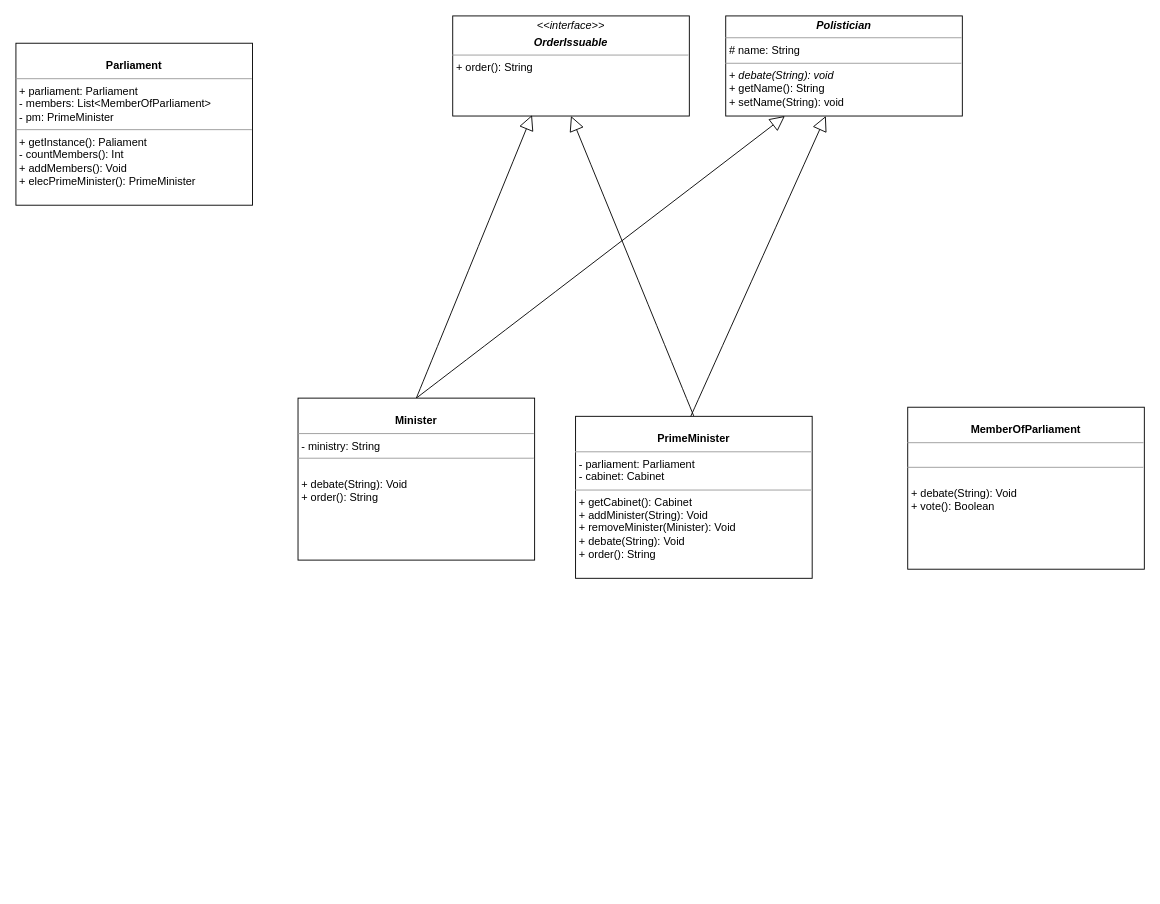
The draw.io diagram midterm.drawio in astrrr/SAD2021sem1, before the edit. Source tidied: cells renumbered, new cells numbered last; positions are measured from the earlier drawing's top-left corner, leaving out a move shared by most shapes. Both pictures are drawn from the tidied source at 91%, with x=0, y=0 at pixel (15, 15).
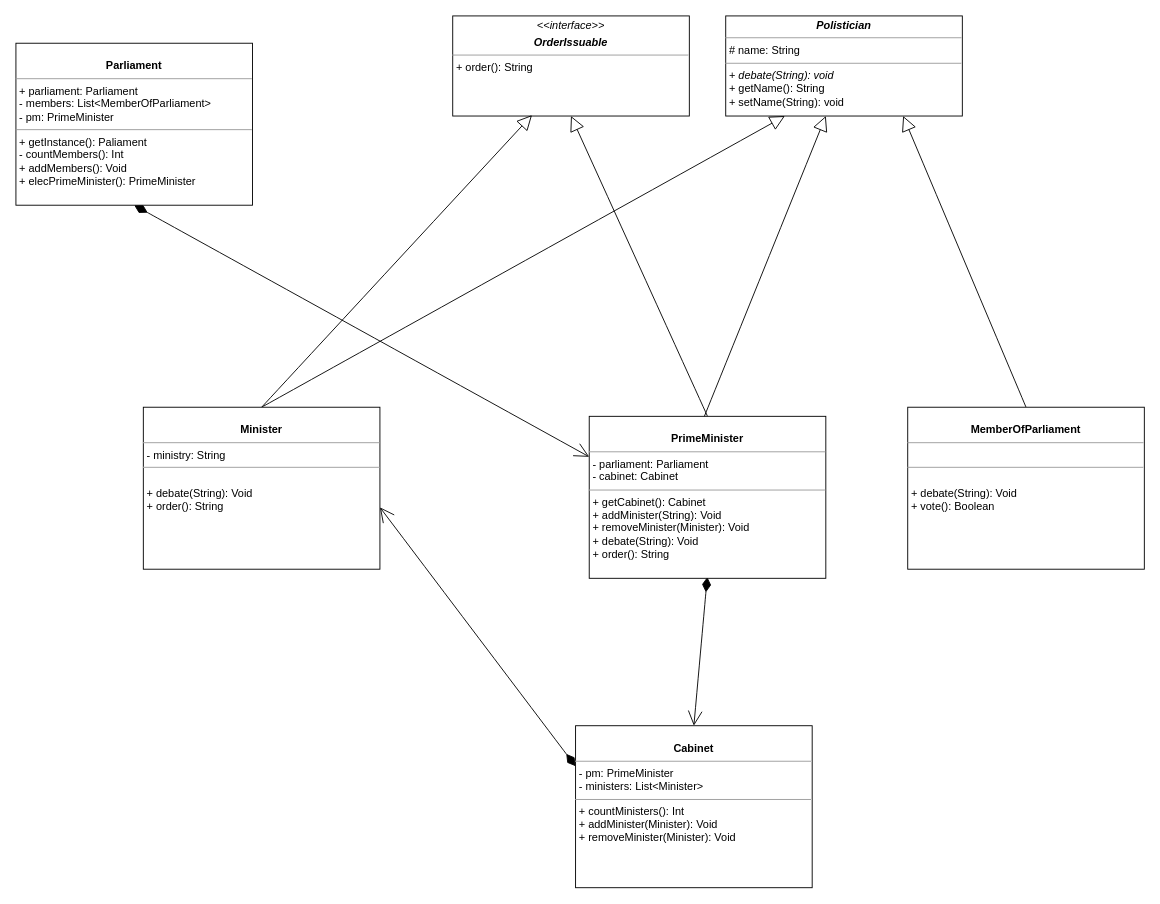
The same page after the edit.

Diff of the diagram source:
```diff
@@
 <mxGraphModel>
   <root>
     <mxCell id="0" />
     <mxCell id="1" parent="0" />
+    <mxCell id="12" style="edgeStyle=none;curved=1;rounded=0;jettySize=auto;html=1;exitX=0.5;exitY=1;exitDx=0;exitDy=0;entryX=0;entryY=0.25;entryDx=0;entryDy=0;startArrow=diamondThin;startFill=1;endArrow=open;endFill=0;startSize=14;endSize=14;sourcePerimeterSpacing=8;targetPerimeterSpacing=8;" parent="1" edge="1" source="2" target="5">
+      <mxGeometry relative="1" as="geometry" />
+    </mxCell>
     <mxCell id="2" value="&lt;p style=&quot;margin: 0px ; margin-top: 4px ; text-align: center&quot;&gt;&lt;br&gt;&lt;b&gt;Parliament&lt;/b&gt;&lt;/p&gt;&lt;hr size=&quot;1&quot;&gt;&lt;p style=&quot;margin: 0px ; margin-left: 4px&quot;&gt;+ parliament: Parliament&lt;br&gt;- members: List&amp;lt;MemberOfParliament&amp;gt;&lt;/p&gt;&lt;p style=&quot;margin: 0px ; margin-left: 4px&quot;&gt;- pm: PrimeMinister&lt;/p&gt;&lt;hr size=&quot;1&quot;&gt;&lt;p style=&quot;margin: 0px ; margin-left: 4px&quot;&gt;+ getInstance(): Paliament&lt;/p&gt;&lt;p style=&quot;margin: 0px ; margin-left: 4px&quot;&gt;- countMembers(): Int&lt;br&gt;+ addMembers(): Void&lt;/p&gt;&lt;p style=&quot;margin: 0px ; margin-left: 4px&quot;&gt;+ elecPrimeMinister(): PrimeMinister&lt;/p&gt;" style="verticalAlign=top;align=left;overflow=fill;fontSize=12;fontFamily=Helvetica;html=1;rounded=0;shadow=0;comic=0;labelBackgroundColor=none;strokeWidth=1;" parent="1" vertex="1">
       <mxGeometry y="30" width="260" height="178" as="geometry" />
     </mxCell>
     <mxCell id="3" style="edgeStyle=none;curved=1;rounded=0;jettySize=auto;html=1;entryX=0.423;entryY=1;entryDx=0;entryDy=0;entryPerimeter=0;endArrow=block;endFill=0;startSize=14;endSize=14;sourcePerimeterSpacing=8;targetPerimeterSpacing=8;exitX=0.485;exitY=0.006;exitDx=0;exitDy=0;exitPerimeter=0;" parent="1" edge="1" source="5" target="6">
       <mxGeometry relative="1" as="geometry" />
     </mxCell>
     <mxCell id="4" style="edgeStyle=none;curved=1;rounded=0;jettySize=auto;html=1;entryX=0.5;entryY=1;entryDx=0;entryDy=0;endArrow=block;endFill=0;startSize=14;endSize=14;sourcePerimeterSpacing=8;targetPerimeterSpacing=8;exitX=0.5;exitY=0;exitDx=0;exitDy=0;" parent="1" edge="1" source="5" target="7">
       <mxGeometry relative="1" as="geometry" />
     </mxCell>
+    <mxCell id="13" style="edgeStyle=none;curved=1;rounded=0;jettySize=auto;html=1;entryX=0.5;entryY=0;entryDx=0;entryDy=0;endArrow=open;endFill=0;startSize=14;endSize=14;sourcePerimeterSpacing=8;targetPerimeterSpacing=8;startArrow=diamondThin;startFill=1;exitX=0.499;exitY=0.992;exitDx=0;exitDy=0;exitPerimeter=0;" parent="1" edge="1" source="5" target="16">
+      <mxGeometry relative="1" as="geometry" />
+    </mxCell>
     <mxCell id="5" value="&lt;p style=&quot;margin: 0px ; margin-top: 4px ; text-align: center&quot;&gt;&lt;br&gt;&lt;b&gt;PrimeMinister&lt;/b&gt;&lt;/p&gt;&lt;hr size=&quot;1&quot;&gt;&lt;p style=&quot;margin: 0px ; margin-left: 4px&quot;&gt;- parliament: Parliament&lt;/p&gt;&lt;p style=&quot;margin: 0px ; margin-left: 4px&quot;&gt;- cabinet: Cabinet&lt;/p&gt;&lt;hr size=&quot;1&quot;&gt;&lt;p style=&quot;margin: 0px ; margin-left: 4px&quot;&gt;+&amp;nbsp;getCabinet():&amp;nbsp;Cabinet&lt;br&gt;&lt;/p&gt;&lt;p style=&quot;margin: 0px ; margin-left: 4px&quot;&gt;+&amp;nbsp;addMinister(String): Void&lt;/p&gt;&lt;p style=&quot;margin: 0px ; margin-left: 4px&quot;&gt;+ removeMinister(Minister): Void&lt;/p&gt;&lt;p style=&quot;margin: 0px ; margin-left: 4px&quot;&gt;+&amp;nbsp;debate(String): Void&lt;/p&gt;&lt;p style=&quot;margin: 0px ; margin-left: 4px&quot;&gt;+&amp;nbsp;order(): String&lt;/p&gt;" style="verticalAlign=top;align=left;overflow=fill;fontSize=12;fontFamily=Helvetica;html=1;rounded=0;shadow=0;comic=0;labelBackgroundColor=none;strokeWidth=1;" parent="1" vertex="1">
-      <mxGeometry x="615" y="440" width="260" height="178" as="geometry" />
+      <mxGeometry x="630" y="440" width="260" height="178" as="geometry" />
     </mxCell>
     <mxCell id="6" value="&lt;p style=&quot;margin: 0px ; margin-top: 4px ; text-align: center&quot;&gt;&lt;b&gt;&lt;i&gt;Polistician&lt;/i&gt;&lt;/b&gt;&lt;/p&gt;&lt;hr size=&quot;1&quot;&gt;&lt;p style=&quot;margin: 0px ; margin-left: 4px&quot;&gt;# name: String&lt;/p&gt;&lt;hr size=&quot;1&quot;&gt;&lt;p style=&quot;margin: 0px ; margin-left: 4px&quot;&gt;+ &lt;i&gt;debate(String): void&lt;/i&gt;&lt;br&gt;&lt;/p&gt;&lt;p style=&quot;margin: 0px ; margin-left: 4px&quot;&gt;+ getName(): String&lt;/p&gt;&lt;p style=&quot;margin: 0px ; margin-left: 4px&quot;&gt;+&amp;nbsp;setName(String): void&lt;/p&gt;" style="verticalAlign=top;align=left;overflow=fill;fontSize=12;fontFamily=Helvetica;html=1;rounded=0;shadow=0;comic=0;labelBackgroundColor=none;strokeWidth=1;" parent="1" vertex="1">
       <mxGeometry x="780" width="260" height="110" as="geometry" />
     </mxCell>
     <mxCell id="7" value="&lt;p style=&quot;margin: 0px ; margin-top: 4px ; text-align: center&quot;&gt;&lt;i&gt;&amp;lt;&amp;lt;interface&amp;gt;&amp;gt;&lt;/i&gt;&lt;/p&gt;&lt;p style=&quot;margin: 0px ; margin-top: 4px ; text-align: center&quot;&gt;&lt;b&gt;&lt;i&gt;OrderIssuable&lt;/i&gt;&lt;/b&gt;&lt;/p&gt;&lt;hr size=&quot;1&quot;&gt;&lt;p style=&quot;margin: 0px ; margin-left: 4px&quot;&gt;&lt;/p&gt;&lt;p style=&quot;margin: 0px ; margin-left: 4px&quot;&gt;+ order(): String&lt;/p&gt;" style="verticalAlign=top;align=left;overflow=fill;fontSize=12;fontFamily=Helvetica;html=1;rounded=0;shadow=0;comic=0;labelBackgroundColor=none;strokeWidth=1;" parent="1" vertex="1">
       <mxGeometry x="480" width="260" height="110" as="geometry" />
     </mxCell>
     <mxCell id="8" style="edgeStyle=none;curved=1;rounded=0;jettySize=auto;html=1;entryX=0.25;entryY=1;entryDx=0;entryDy=0;endArrow=block;endFill=0;startSize=14;endSize=14;sourcePerimeterSpacing=8;targetPerimeterSpacing=8;exitX=0.5;exitY=0;exitDx=0;exitDy=0;" parent="1" edge="1" source="10" target="6">
       <mxGeometry relative="1" as="geometry" />
     </mxCell>
     <mxCell id="9" style="edgeStyle=none;curved=1;rounded=0;jettySize=auto;html=1;exitX=0.5;exitY=0;exitDx=0;exitDy=0;entryX=0.335;entryY=0.991;entryDx=0;entryDy=0;entryPerimeter=0;endArrow=block;endFill=0;startSize=14;endSize=14;sourcePerimeterSpacing=8;targetPerimeterSpacing=8;" parent="1" edge="1" source="10" target="7">
       <mxGeometry relative="1" as="geometry" />
     </mxCell>
     <mxCell id="10" value="&lt;p style=&quot;margin: 0px ; margin-top: 4px ; text-align: center&quot;&gt;&lt;br&gt;&lt;b&gt;Minister&lt;/b&gt;&lt;br&gt;&lt;/p&gt;&lt;hr size=&quot;1&quot;&gt;&lt;p style=&quot;margin: 0px ; margin-left: 4px&quot;&gt;-&amp;nbsp;ministry: String&lt;/p&gt;&lt;hr size=&quot;1&quot;&gt;&lt;p style=&quot;margin: 0px ; margin-left: 4px&quot;&gt;&lt;br&gt;&lt;/p&gt;&lt;p style=&quot;margin: 0px ; margin-left: 4px&quot;&gt;+&amp;nbsp;debate(String): Void&lt;/p&gt;&lt;p style=&quot;margin: 0px ; margin-left: 4px&quot;&gt;+&amp;nbsp;order(): String&lt;/p&gt;" style="verticalAlign=top;align=left;overflow=fill;fontSize=12;fontFamily=Helvetica;html=1;rounded=0;shadow=0;comic=0;labelBackgroundColor=none;strokeWidth=1;" parent="1" vertex="1">
-      <mxGeometry x="310" y="420" width="260" height="178" as="geometry" />
+      <mxGeometry x="140" y="430" width="260" height="178" as="geometry" />
     </mxCell>
+    <mxCell id="14" style="edgeStyle=none;curved=1;rounded=0;jettySize=auto;html=1;entryX=0.75;entryY=1;entryDx=0;entryDy=0;endArrow=block;endFill=0;startSize=14;endSize=14;sourcePerimeterSpacing=8;targetPerimeterSpacing=8;exitX=0.5;exitY=0;exitDx=0;exitDy=0;" parent="1" edge="1" source="11" target="6">
+      <mxGeometry relative="1" as="geometry" />
+    </mxCell>
     <mxCell id="11" value="&lt;p style=&quot;margin: 0px ; margin-top: 4px ; text-align: center&quot;&gt;&lt;br&gt;&lt;b&gt;MemberOfParliament&lt;/b&gt;&lt;br&gt;&lt;/p&gt;&lt;hr size=&quot;1&quot;&gt;&lt;p style=&quot;margin: 0px ; margin-left: 4px&quot;&gt;&lt;br&gt;&lt;/p&gt;&lt;hr size=&quot;1&quot;&gt;&lt;p style=&quot;margin: 0px ; margin-left: 4px&quot;&gt;&lt;br&gt;&lt;/p&gt;&lt;p style=&quot;margin: 0px ; margin-left: 4px&quot;&gt;+&amp;nbsp;debate(String): Void&lt;/p&gt;&lt;p style=&quot;margin: 0px ; margin-left: 4px&quot;&gt;+ vote(): Boolean&amp;nbsp;&lt;/p&gt;" style="verticalAlign=top;align=left;overflow=fill;fontSize=12;fontFamily=Helvetica;html=1;rounded=0;shadow=0;comic=0;labelBackgroundColor=none;strokeWidth=1;" parent="1" vertex="1">
       <mxGeometry x="980" y="430" width="260" height="178" as="geometry" />
     </mxCell>
+    <mxCell id="15" style="edgeStyle=none;curved=1;rounded=0;jettySize=auto;html=1;exitX=0;exitY=0.25;exitDx=0;exitDy=0;entryX=1;entryY=0.618;entryDx=0;entryDy=0;entryPerimeter=0;startArrow=diamondThin;startFill=1;endArrow=open;endFill=0;startSize=14;endSize=14;sourcePerimeterSpacing=8;targetPerimeterSpacing=8;" parent="1" edge="1" source="16" target="10">
+      <mxGeometry relative="1" as="geometry" />
+    </mxCell>
+    <mxCell id="16" value="&lt;p style=&quot;margin: 0px ; margin-top: 4px ; text-align: center&quot;&gt;&lt;br&gt;&lt;b&gt;Cabinet&lt;/b&gt;&lt;br&gt;&lt;/p&gt;&lt;hr size=&quot;1&quot;&gt;&lt;p style=&quot;margin: 0px ; margin-left: 4px&quot;&gt;-&amp;nbsp;pm:&amp;nbsp;PrimeMinister&lt;/p&gt;&lt;p style=&quot;margin: 0px ; margin-left: 4px&quot;&gt;-&amp;nbsp;ministers:&amp;nbsp;List&amp;lt;Minister&amp;gt;&lt;/p&gt;&lt;hr size=&quot;1&quot;&gt;&lt;p style=&quot;margin: 0px ; margin-left: 4px&quot;&gt;+&amp;nbsp;countMinisters(): Int&lt;br&gt;&lt;/p&gt;&lt;p style=&quot;margin: 0px ; margin-left: 4px&quot;&gt;+&amp;nbsp;addMinister(Minister): Void&lt;/p&gt;&lt;p style=&quot;margin: 0px ; margin-left: 4px&quot;&gt;+ removeMinister(Minister): Void&lt;/p&gt;&lt;p style=&quot;margin: 0px ; margin-left: 4px&quot;&gt;&lt;br&gt;&lt;/p&gt;&lt;p style=&quot;margin: 0px ; margin-left: 4px&quot;&gt;&lt;br&gt;&lt;/p&gt;" style="verticalAlign=top;align=left;overflow=fill;fontSize=12;fontFamily=Helvetica;html=1;rounded=0;shadow=0;comic=0;labelBackgroundColor=none;strokeWidth=1;" parent="1" vertex="1">
+      <mxGeometry x="615" y="780" width="260" height="178" as="geometry" />
+    </mxCell>
   </root>
 </mxGraphModel>
```
